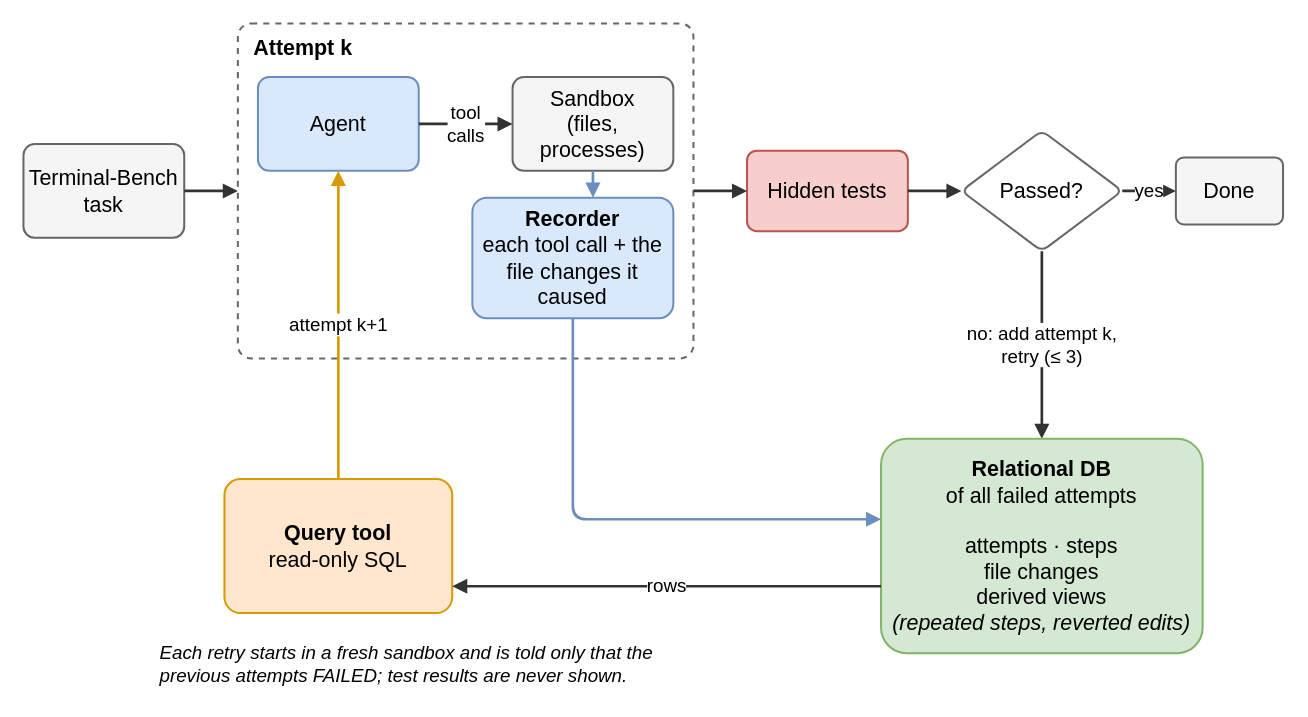
Above: docs/experiments/exp2/fig_query_engine.drawio in ShawnnnLiu/TrajLab (draw.io), before the change. Source tidied: cells renumbered, new cells numbered last; positions are measured from the earlier drawing's top-left corner, leaving out a move shared by most shapes. Both pictures are drawn from the tidied source at 134%, with x=0, y=0 at pixel (23, 23).
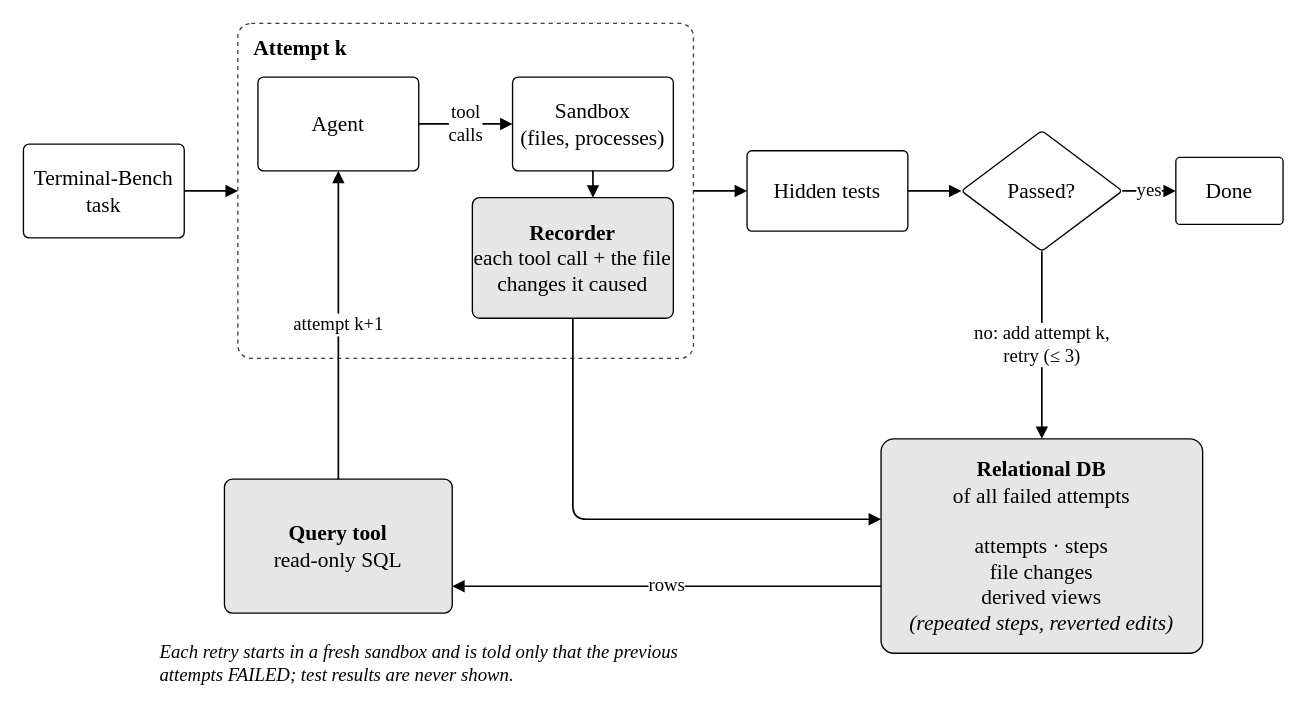
The same page after the edit.

Commit message (it also covers changes not shown here):
Restyle the two paper figures in monochrome for a white page

What changed in the source:
```diff
@@
-    <mxCell id="2" value="Terminal-Bench&lt;br&gt;task" style="rounded=1;arcSize=12;whiteSpace=wrap;html=1;fillColor=#f5f5f5;strokeColor=#666666;strokeWidth=1.5;fontSize=16;fontFamily=Helvetica;" parent="1" vertex="1">
+    <mxCell id="2" value="Terminal-Bench&lt;br&gt;task" style="rounded=1;arcSize=6;whiteSpace=wrap;html=1;fillColor=#ffffff;strokeColor=#000000;strokeWidth=1;fontSize=16;fontFamily=Times New Roman;fontColor=#000000;" parent="1" vertex="1">
       <mxGeometry y="90" width="120" height="70" as="geometry" />
     </mxCell>
-    <mxCell id="3" value="Attempt k" style="rounded=1;arcSize=4;whiteSpace=wrap;html=1;fillColor=#ffffff;strokeColor=#666666;strokeWidth=1.5;verticalAlign=top;align=left;spacingLeft=10;spacingTop=2;fontStyle=1;fontSize=16;fontFamily=Helvetica;dashed=1;" parent="1" vertex="1">
+    <mxCell id="3" value="Attempt k" style="rounded=1;arcSize=4;whiteSpace=wrap;html=1;fillColor=none;strokeColor=#404040;strokeWidth=1;verticalAlign=top;fontColor=#000000;align=left;spacingLeft=10;spacingTop=2;fontStyle=1;fontSize=16;fontFamily=Times New Roman;dashed=1;" parent="1" vertex="1">
       <mxGeometry x="160" width="340" height="250" as="geometry" />
     </mxCell>
-    <mxCell id="4" value="Agent" style="rounded=1;arcSize=12;whiteSpace=wrap;html=1;fillColor=#dae8fc;strokeColor=#6c8ebf;strokeWidth=1.5;fontSize=16;fontFamily=Helvetica;" parent="3" vertex="1">
+    <mxCell id="4" value="Agent" style="rounded=1;arcSize=6;whiteSpace=wrap;html=1;fillColor=#ffffff;strokeColor=#000000;strokeWidth=1;fontSize=16;fontFamily=Times New Roman;fontColor=#000000;" parent="3" vertex="1">
       <mxGeometry x="15" y="40" width="120" height="70" as="geometry" />
     </mxCell>
-    <mxCell id="5" value="Sandbox&lt;br&gt;(files, processes)" style="rounded=1;arcSize=12;whiteSpace=wrap;html=1;fillColor=#f5f5f5;strokeColor=#666666;strokeWidth=1.5;fontSize=16;fontFamily=Helvetica;" parent="3" vertex="1">
+    <mxCell id="5" value="Sandbox&lt;br&gt;(files, processes)" style="rounded=1;arcSize=6;whiteSpace=wrap;html=1;fillColor=#ffffff;strokeColor=#000000;strokeWidth=1;fontSize=16;fontFamily=Times New Roman;fontColor=#000000;" parent="3" vertex="1">
       <mxGeometry x="205" y="40" width="120" height="70" as="geometry" />
     </mxCell>
-    <mxCell id="6" value="&lt;b&gt;Recorder&lt;/b&gt;&lt;br&gt;each tool call + the file changes it caused" style="rounded=1;arcSize=12;whiteSpace=wrap;html=1;fillColor=#dae8fc;strokeColor=#6c8ebf;strokeWidth=1.5;fontSize=16;fontFamily=Helvetica;" parent="3" vertex="1">
+    <mxCell id="6" value="&lt;b&gt;Recorder&lt;/b&gt;&lt;br&gt;each tool call + the file changes it caused" style="rounded=1;arcSize=6;whiteSpace=wrap;html=1;fillColor=#e6e6e6;strokeColor=#000000;strokeWidth=1;fontSize=16;fontFamily=Times New Roman;fontColor=#000000;" parent="3" vertex="1">
       <mxGeometry x="175" y="130" width="150" height="90" as="geometry" />
     </mxCell>
-    <mxCell id="7" value="Hidden tests" style="rounded=1;arcSize=12;whiteSpace=wrap;html=1;fillColor=#f8cecc;strokeColor=#b85450;strokeWidth=1.5;fontSize=16;fontFamily=Helvetica;" parent="1" vertex="1">
+    <mxCell id="7" value="Hidden tests" style="rounded=1;arcSize=6;whiteSpace=wrap;html=1;fillColor=#ffffff;strokeColor=#000000;strokeWidth=1;fontSize=16;fontFamily=Times New Roman;fontColor=#000000;" parent="1" vertex="1">
       <mxGeometry x="540" y="95" width="120" height="60" as="geometry" />
     </mxCell>
-    <mxCell id="8" value="Passed?" style="rhombus;rounded=1;arcSize=12;whiteSpace=wrap;html=1;fillColor=#ffffff;strokeColor=#666666;strokeWidth=1.5;fontSize=16;fontFamily=Helvetica;" parent="1" vertex="1">
+    <mxCell id="8" value="Passed?" style="rhombus;rounded=1;arcSize=6;whiteSpace=wrap;html=1;fillColor=#ffffff;strokeColor=#000000;strokeWidth=1;fontSize=16;fontFamily=Times New Roman;fontColor=#000000;" parent="1" vertex="1">
       <mxGeometry x="700" y="80" width="120" height="90" as="geometry" />
     </mxCell>
-    <mxCell id="9" value="Done" style="rounded=1;arcSize=12;whiteSpace=wrap;html=1;fillColor=#f5f5f5;strokeColor=#666666;strokeWidth=1.5;fontSize=16;fontFamily=Helvetica;" parent="1" vertex="1">
+    <mxCell id="9" value="Done" style="rounded=1;arcSize=6;whiteSpace=wrap;html=1;fillColor=#ffffff;strokeColor=#000000;strokeWidth=1;fontSize=16;fontFamily=Times New Roman;fontColor=#000000;" parent="1" vertex="1">
       <mxGeometry x="860" y="100" width="80" height="50" as="geometry" />
     </mxCell>
-    <mxCell id="10" style="edgeStyle=orthogonalEdgeStyle;rounded=1;html=1;endArrow=block;endFill=1;strokeWidth=2;strokeColor=#333333;fontSize=14;fontFamily=Helvetica;labelBackgroundColor=#ffffff;entryX=0;entryY=0.5;entryDx=0;entryDy=0;" parent="1" edge="1" source="2" target="3">
+    <mxCell id="10" style="edgeStyle=orthogonalEdgeStyle;rounded=1;html=1;endArrow=block;endFill=1;strokeWidth=1.25;strokeColor=#000000;fontSize=14;fontFamily=Times New Roman;fontColor=#000000;labelBackgroundColor=#ffffff;entryX=0;entryY=0.5;entryDx=0;entryDy=0;" parent="1" edge="1" source="2" target="3">
       <mxGeometry relative="1" as="geometry" />
     </mxCell>
-    <mxCell id="11" value="tool&lt;br&gt;calls" style="edgeStyle=orthogonalEdgeStyle;rounded=1;html=1;endArrow=block;endFill=1;strokeWidth=2;strokeColor=#333333;fontSize=14;fontFamily=Helvetica;labelBackgroundColor=#ffffff;" parent="1" edge="1" source="4" target="5">
+    <mxCell id="11" value="tool&lt;br&gt;calls" style="edgeStyle=orthogonalEdgeStyle;rounded=1;html=1;endArrow=block;endFill=1;strokeWidth=1.25;strokeColor=#000000;fontSize=14;fontFamily=Times New Roman;fontColor=#000000;labelBackgroundColor=#ffffff;" parent="1" edge="1" source="4" target="5">
       <mxGeometry relative="1" as="geometry" />
     </mxCell>
-    <mxCell id="12" style="edgeStyle=orthogonalEdgeStyle;rounded=1;html=1;endArrow=block;endFill=1;strokeWidth=2;strokeColor=#6c8ebf;fontSize=14;fontFamily=Helvetica;labelBackgroundColor=#ffffff;exitX=0.5;exitY=1;exitDx=0;exitDy=0;entryX=0.6;entryY=0;entryDx=0;entryDy=0;" parent="1" edge="1" source="5" target="6">
+    <mxCell id="12" style="edgeStyle=orthogonalEdgeStyle;rounded=1;html=1;endArrow=block;endFill=1;strokeWidth=1.25;strokeColor=#000000;fontSize=14;fontFamily=Times New Roman;fontColor=#000000;labelBackgroundColor=#ffffff;exitX=0.5;exitY=1;exitDx=0;exitDy=0;entryX=0.6;entryY=0;entryDx=0;entryDy=0;" parent="1" edge="1" source="5" target="6">
       <mxGeometry relative="1" as="geometry" />
     </mxCell>
-    <mxCell id="13" style="edgeStyle=orthogonalEdgeStyle;rounded=1;html=1;endArrow=block;endFill=1;strokeWidth=2;strokeColor=#333333;fontSize=14;fontFamily=Helvetica;labelBackgroundColor=#ffffff;exitX=1;exitY=0.5;exitDx=0;exitDy=0;" parent="1" edge="1" source="3" target="7">
+    <mxCell id="13" style="edgeStyle=orthogonalEdgeStyle;rounded=1;html=1;endArrow=block;endFill=1;strokeWidth=1.25;strokeColor=#000000;fontSize=14;fontFamily=Times New Roman;fontColor=#000000;labelBackgroundColor=#ffffff;exitX=1;exitY=0.5;exitDx=0;exitDy=0;" parent="1" edge="1" source="3" target="7">
       <mxGeometry relative="1" as="geometry" />
     </mxCell>
-    <mxCell id="14" style="edgeStyle=orthogonalEdgeStyle;rounded=1;html=1;endArrow=block;endFill=1;strokeWidth=2;strokeColor=#333333;fontSize=14;fontFamily=Helvetica;labelBackgroundColor=#ffffff;" parent="1" edge="1" source="7" target="8">
+    <mxCell id="14" style="edgeStyle=orthogonalEdgeStyle;rounded=1;html=1;endArrow=block;endFill=1;strokeWidth=1.25;strokeColor=#000000;fontSize=14;fontFamily=Times New Roman;fontColor=#000000;labelBackgroundColor=#ffffff;" parent="1" edge="1" source="7" target="8">
       <mxGeometry relative="1" as="geometry" />
     </mxCell>
-    <mxCell id="15" value="yes" style="edgeStyle=orthogonalEdgeStyle;rounded=1;html=1;endArrow=block;endFill=1;strokeWidth=2;strokeColor=#333333;fontSize=14;fontFamily=Helvetica;labelBackgroundColor=#ffffff;" parent="1" edge="1" source="8" target="9">
+    <mxCell id="15" value="yes" style="edgeStyle=orthogonalEdgeStyle;rounded=1;html=1;endArrow=block;endFill=1;strokeWidth=1.25;strokeColor=#000000;fontSize=14;fontFamily=Times New Roman;fontColor=#000000;labelBackgroundColor=#ffffff;" parent="1" edge="1" source="8" target="9">
       <mxGeometry relative="1" as="geometry" />
     </mxCell>
-    <mxCell id="16" value="no: add attempt k,&lt;br&gt;retry (≤ 3)" style="edgeStyle=orthogonalEdgeStyle;rounded=1;html=1;endArrow=block;endFill=1;strokeWidth=2;strokeColor=#333333;fontSize=14;fontFamily=Helvetica;labelBackgroundColor=#ffffff;exitX=0.5;exitY=1;exitDx=0;exitDy=0;entryX=0.5;entryY=0;entryDx=0;entryDy=0;" parent="1" edge="1" source="8" target="17">
+    <mxCell id="16" value="no: add attempt k,&lt;br&gt;retry (≤ 3)" style="edgeStyle=orthogonalEdgeStyle;rounded=1;html=1;endArrow=block;endFill=1;strokeWidth=1.25;strokeColor=#000000;fontSize=14;fontFamily=Times New Roman;fontColor=#000000;labelBackgroundColor=#ffffff;exitX=0.5;exitY=1;exitDx=0;exitDy=0;entryX=0.5;entryY=0;entryDx=0;entryDy=0;" parent="1" edge="1" source="8" target="17">
       <mxGeometry relative="1" as="geometry" />
     </mxCell>
-    <mxCell id="17" value="&lt;b&gt;Relational DB&lt;/b&gt;&lt;br&gt;of all failed attempts&lt;br&gt;&lt;br&gt;attempts · steps&lt;br&gt;file changes&lt;br&gt;derived views&lt;br&gt;&lt;i&gt;(repeated steps, reverted edits)&lt;/i&gt;" style="rounded=1;arcSize=12;whiteSpace=wrap;html=1;fillColor=#d5e8d4;strokeColor=#82b366;strokeWidth=1.5;fontSize=16;fontFamily=Helvetica;" parent="1" vertex="1">
+    <mxCell id="17" value="&lt;b&gt;Relational DB&lt;/b&gt;&lt;br&gt;of all failed attempts&lt;br&gt;&lt;br&gt;attempts · steps&lt;br&gt;file changes&lt;br&gt;derived views&lt;br&gt;&lt;i&gt;(repeated steps, reverted edits)&lt;/i&gt;" style="rounded=1;arcSize=6;whiteSpace=wrap;html=1;fillColor=#e6e6e6;strokeColor=#000000;strokeWidth=1;fontSize=16;fontFamily=Times New Roman;fontColor=#000000;" parent="1" vertex="1">
       <mxGeometry x="640" y="310" width="240" height="160" as="geometry" />
     </mxCell>
-    <mxCell id="18" value="&lt;b&gt;Query tool&lt;/b&gt;&lt;br&gt;read-only SQL" style="rounded=1;arcSize=12;whiteSpace=wrap;html=1;fillColor=#ffe6cc;strokeColor=#d79b00;strokeWidth=1.5;fontSize=16;fontFamily=Helvetica;" parent="1" vertex="1">
+    <mxCell id="18" value="&lt;b&gt;Query tool&lt;/b&gt;&lt;br&gt;read-only SQL" style="rounded=1;arcSize=6;whiteSpace=wrap;html=1;fillColor=#e6e6e6;strokeColor=#000000;strokeWidth=1;fontSize=16;fontFamily=Times New Roman;fontColor=#000000;" parent="1" vertex="1">
       <mxGeometry x="150" y="340" width="170" height="100" as="geometry" />
     </mxCell>
-    <mxCell id="19" style="edgeStyle=orthogonalEdgeStyle;rounded=1;html=1;endArrow=block;endFill=1;strokeWidth=2;strokeColor=#6c8ebf;fontSize=14;fontFamily=Helvetica;labelBackgroundColor=#ffffff;exitX=0.5;exitY=1;exitDx=0;exitDy=0;entryX=0;entryY=0.375;entryDx=0;entryDy=0;" parent="1" edge="1" source="6" target="17">
+    <mxCell id="19" style="edgeStyle=orthogonalEdgeStyle;rounded=1;html=1;endArrow=block;endFill=1;strokeWidth=1.25;strokeColor=#000000;fontSize=14;fontFamily=Times New Roman;fontColor=#000000;labelBackgroundColor=#ffffff;exitX=0.5;exitY=1;exitDx=0;exitDy=0;entryX=0;entryY=0.375;entryDx=0;entryDy=0;" parent="1" edge="1" source="6" target="17">
       <mxGeometry relative="1" as="geometry">
         <Array as="points">
           <mxPoint x="410" y="370" />
         </Array>
       </mxGeometry>
     </mxCell>
-    <mxCell id="20" value="rows" style="edgeStyle=orthogonalEdgeStyle;rounded=1;html=1;endArrow=block;endFill=1;strokeWidth=2;strokeColor=#333333;fontSize=14;fontFamily=Helvetica;labelBackgroundColor=#ffffff;exitX=0;exitY=0.6875;exitDx=0;exitDy=0;entryX=1;entryY=0.8;entryDx=0;entryDy=0;" parent="1" edge="1" source="17" target="18">
+    <mxCell id="20" value="rows" style="edgeStyle=orthogonalEdgeStyle;rounded=1;html=1;endArrow=block;endFill=1;strokeWidth=1.25;strokeColor=#000000;fontSize=14;fontFamily=Times New Roman;fontColor=#000000;labelBackgroundColor=#ffffff;exitX=0;exitY=0.6875;exitDx=0;exitDy=0;entryX=1;entryY=0.8;entryDx=0;entryDy=0;" parent="1" edge="1" source="17" target="18">
       <mxGeometry relative="1" as="geometry" />
     </mxCell>
-    <mxCell id="21" value="attempt k+1" style="edgeStyle=orthogonalEdgeStyle;rounded=1;html=1;endArrow=block;endFill=1;strokeWidth=2;strokeColor=#d79b00;fontSize=14;fontFamily=Helvetica;labelBackgroundColor=#ffffff;exitX=0.5;exitY=0;exitDx=0;exitDy=0;entryX=0.5;entryY=1;entryDx=0;entryDy=0;" parent="1" edge="1" source="18" target="4">
+    <mxCell id="21" value="attempt k+1" style="edgeStyle=orthogonalEdgeStyle;rounded=1;html=1;endArrow=block;endFill=1;strokeWidth=1.25;strokeColor=#000000;fontSize=14;fontFamily=Times New Roman;fontColor=#000000;labelBackgroundColor=#ffffff;exitX=0.5;exitY=0;exitDx=0;exitDy=0;entryX=0.5;entryY=1;entryDx=0;entryDy=0;" parent="1" edge="1" source="18" target="4">
       <mxGeometry relative="1" as="geometry" />
     </mxCell>
-    <mxCell id="22" value="Each retry starts in a fresh sandbox and is told only that the previous attempts FAILED; test results are never shown." style="text;html=1;whiteSpace=wrap;align=left;verticalAlign=top;fontSize=14;fontStyle=2;fontFamily=Helvetica;" parent="1" vertex="1">
+    <mxCell id="22" value="Each retry starts in a fresh sandbox and is told only that the previous attempts FAILED; test results are never shown." style="text;html=1;whiteSpace=wrap;align=left;verticalAlign=top;fontSize=14;fontStyle=2;fontFamily=Times New Roman;fontColor=#000000;" parent="1" vertex="1">
       <mxGeometry x="100" y="455" width="420" height="45" as="geometry" />
     </mxCell>
```
